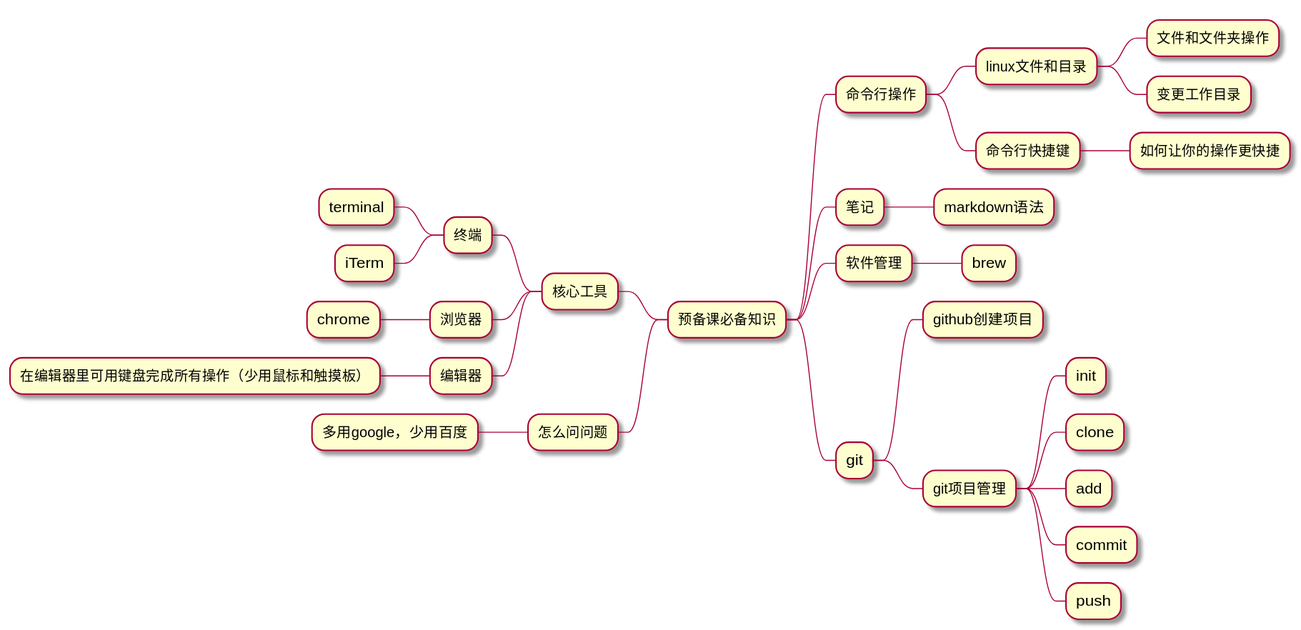
Above: img/mind-map.svg in linc5403/preparatory-course (PlantUML), before the change.
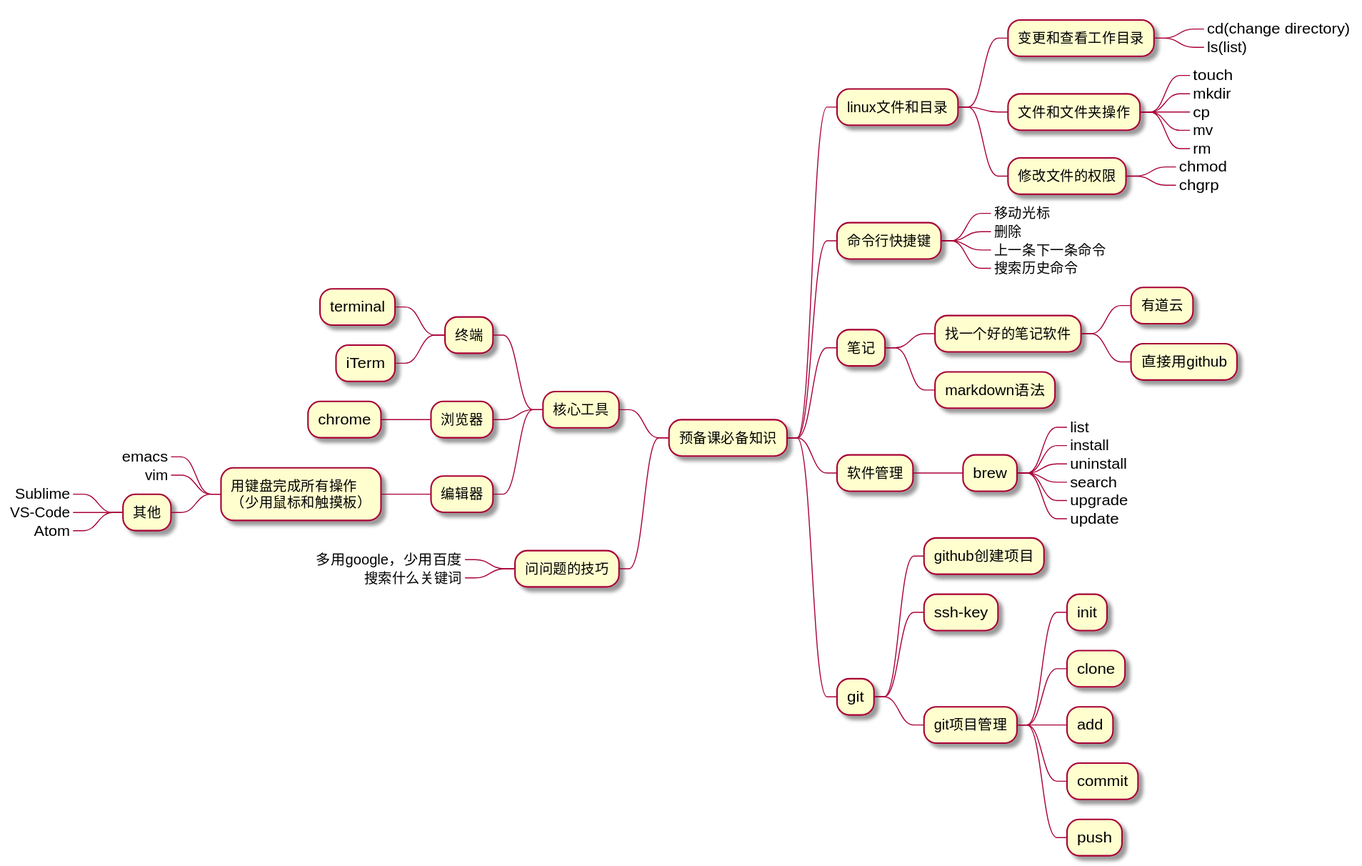
The same file after the commit.

The edit, as a diff of the source:
```diff
@@ -1,17 +1,39 @@
 @startmindmap
 * 预备课必备知识
-** 命令行操作
-*** linux文件和目录
-**** 文件和文件夹操作
-**** 变更工作目录
-*** 命令行快捷键
-**** 如何让你的操作更快捷
+** linux文件和目录
+*** 变更和查看工作目录
+****_ cd(change directory)
+****_ ls(list)
+*** 文件和文件夹操作
+****_ touch
+****_ mkdir
+****_ cp
+****_ mv
+****_ rm
+*** 修改文件的权限
+****_ chmod
+****_ chgrp
+** 命令行快捷键
+***_ 移动光标
+***_ 删除
+***_ 上一条下一条命令
+***_ 搜索历史命令
 ** 笔记
+*** 找一个好的笔记软件
+**** 有道云
+**** 直接用github
 *** markdown语法
 ** 软件管理
 *** brew
+****_ list
+****_ install
+****_ uninstall
+****_ search
+****_ upgrade
+****_ update
 ** git
 *** github创建项目
+*** ssh-key
 *** git项目管理
 **** init
 **** clone
@@ -26,7 +48,14 @@
 *** 浏览器
 **** chrome
 *** 编辑器
-**** 在编辑器里可用键盘完成所有操作（少用鼠标和触摸板）
-** 怎么问问题
-*** 多用google，少用百度
+**** 用键盘完成所有操作\n（少用鼠标和触摸板）
+*****_ emacs
+*****_ vim
+***** 其他
+******_ Sublime
+******_ VS-Code
+******_ Atom
+** 问问题的技巧
+***_ 多用google，少用百度
+***_ 搜索什么关键词
 @endmindmap
```
